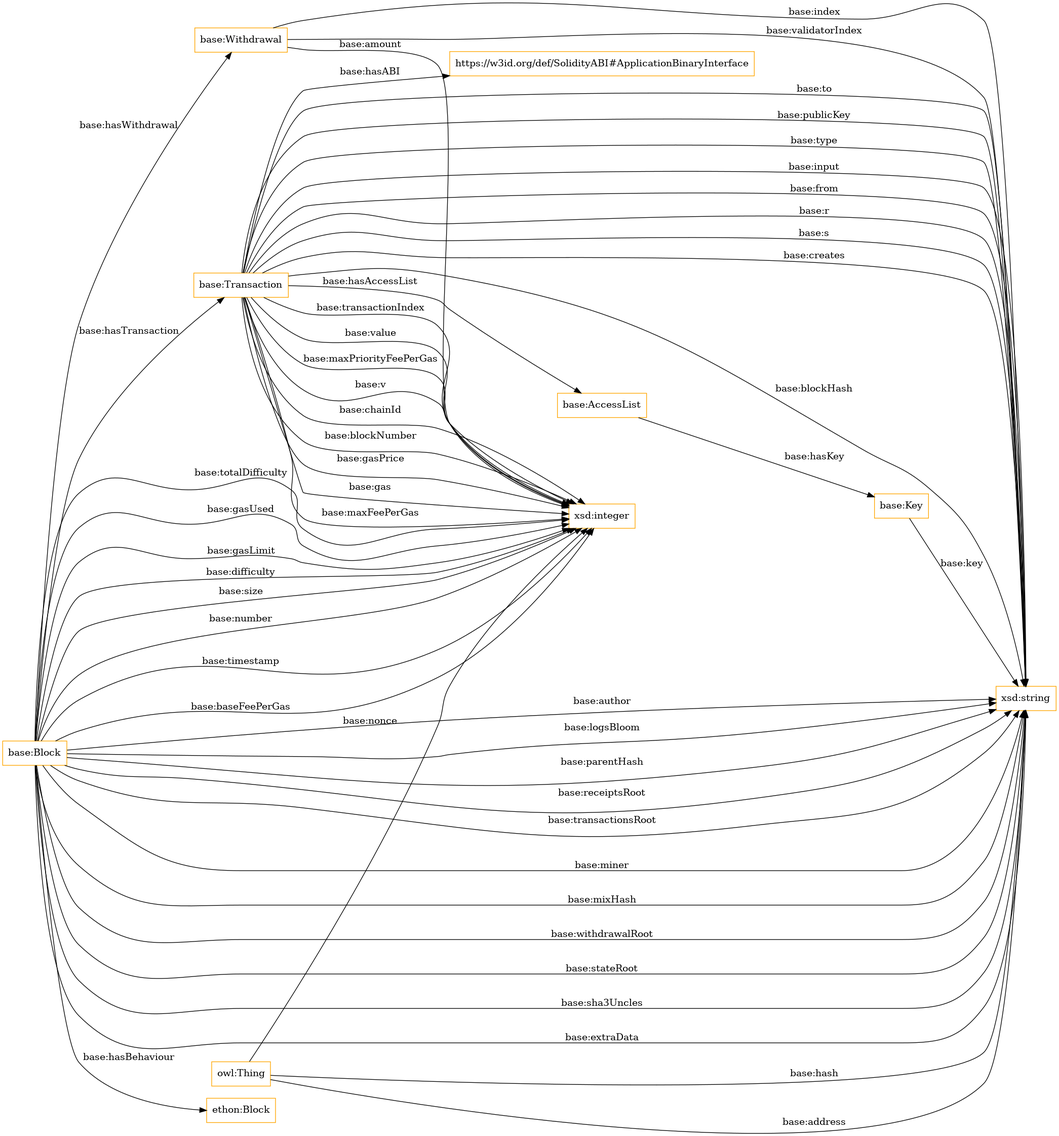
Above: OnToology/EthereumOntology.ttl/diagrams/ar2dtool-class/EthereumOntology.ttl.png in oeg-upm/Ethereum-ontology (Graphviz), before the change. Its source is kept beside it as OnToology/EthereumOntology.ttl/diagrams/ar2dtool-class/EthereumOntology.ttl.png.dot.
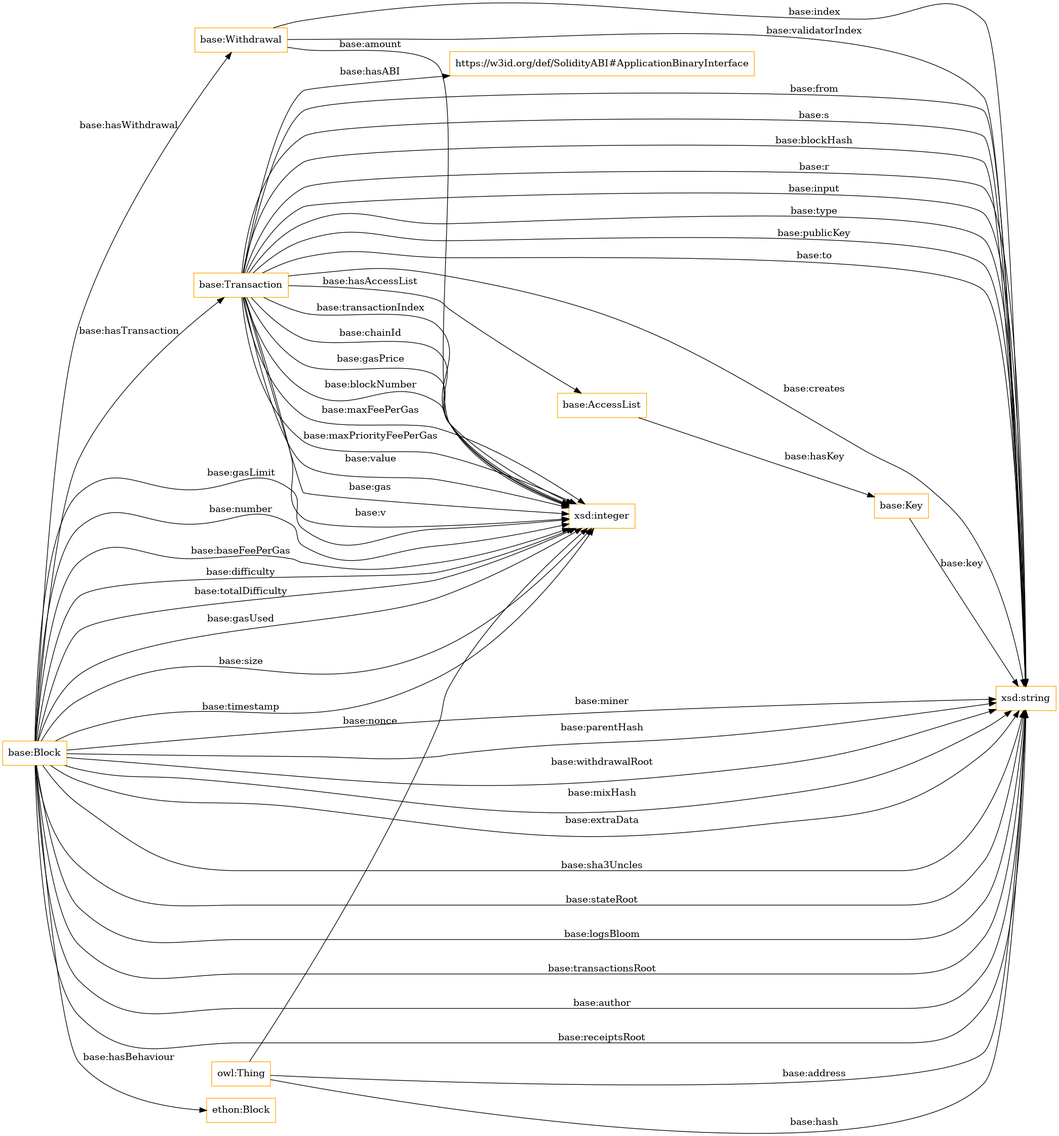
Above is the later version.

Diff of the diagram source:
```diff
@@ -2,55 +2,55 @@
 rankdir=LR;
 size="1501"
 node [shape = rectangle, color="orange"]; "https://w3id.org/def/SolidityABI#ApplicationBinaryInterface" "base:Withdrawal" "base:Transaction" "base:Key" "base:Block" "base:AccessList" "ethon:Block" ; /*classes style*/
+	"owl:Thing" -> "xsd:string" [ label = "base:hash" ];
+	"base:Key" -> "xsd:string" [ label = "base:key" ];
+	"base:Withdrawal" -> "xsd:string" [ label = "base:index" ];
+	"base:Block" -> "xsd:string" [ label = "base:miner" ];
+	"base:Block" -> "xsd:integer" [ label = "base:size" ];
+	"base:Block" -> "xsd:string" [ label = "base:parentHash" ];
+	"base:Block" -> "xsd:string" [ label = "base:withdrawalRoot" ];
 	"base:Block" -> "xsd:integer" [ label = "base:timestamp" ];
-	"base:Transaction" -> "xsd:string" [ label = "base:to" ];
-	"base:Block" -> "base:Withdrawal" [ label = "base:hasWithdrawal" ];
-	"base:Block" -> "xsd:string" [ label = "base:author" ];
-	"owl:Thing" -> "xsd:string" [ label = "base:address" ];
-	"base:Block" -> "xsd:string" [ label = "base:logsBloom" ];
-	"base:Transaction" -> "xsd:integer" [ label = "base:gasPrice" ];
-	"base:Block" -> "xsd:integer" [ label = "base:baseFeePerGas" ];
-	"base:Block" -> "ethon:Block" [ label = "base:hasBehaviour" ];
-	"base:Block" -> "xsd:string" [ label = "base:parentHash" ];
-	"base:Key" -> "xsd:string" [ label = "base:key" ];
-	"owl:Thing" -> "xsd:integer" [ label = "base:nonce" ];
-	"base:Transaction" -> "xsd:integer" [ label = "base:gas" ];
-	"base:Block" -> "xsd:integer" [ label = "base:totalDifficulty" ];
-	"base:Transaction" -> "xsd:integer" [ label = "base:maxFeePerGas" ];
-	"base:Transaction" -> "base:AccessList" [ label = "base:hasAccessList" ];
-	"base:Block" -> "xsd:string" [ label = "base:receiptsRoot" ];
-	"base:Block" -> "xsd:string" [ label = "base:transactionsRoot" ];
-	"base:Transaction" -> "https://w3id.org/def/SolidityABI#ApplicationBinaryInterface" [ label = "base:hasABI" ];
-	"base:Transaction" -> "xsd:integer" [ label = "base:transactionIndex" ];
-	"base:AccessList" -> "base:Key" [ label = "base:hasKey" ];
-	"base:Transaction" -> "xsd:string" [ label = "base:publicKey" ];
-	"base:Transaction" -> "xsd:string" [ label = "base:type" ];
-	"base:Block" -> "xsd:integer" [ label = "base:gasUsed" ];
-	"base:Block" -> "xsd:string" [ label = "base:miner" ];
 	"base:Transaction" -> "xsd:integer" [ label = "base:value" ];
-	"base:Transaction" -> "xsd:integer" [ label = "base:maxPriorityFeePerGas" ];
 	"base:Block" -> "xsd:integer" [ label = "base:gasLimit" ];
 	"base:Block" -> "xsd:string" [ label = "base:mixHash" ];
+	"base:Transaction" -> "xsd:integer" [ label = "base:gas" ];
+	"base:Transaction" -> "xsd:string" [ label = "base:from" ];
+	"base:Block" -> "xsd:integer" [ label = "base:number" ];
+	"base:Transaction" -> "xsd:string" [ label = "base:s" ];
+	"owl:Thing" -> "xsd:string" [ label = "base:address" ];
+	"base:Transaction" -> "xsd:integer" [ label = "base:v" ];
+	"base:Block" -> "xsd:string" [ label = "base:extraData" ];
+	"base:Transaction" -> "xsd:string" [ label = "base:blockHash" ];
+	"owl:Thing" -> "xsd:integer" [ label = "base:nonce" ];
+	"base:Transaction" -> "xsd:string" [ label = "base:r" ];
+	"base:Block" -> "xsd:string" [ label = "base:sha3Uncles" ];
 	"base:Withdrawal" -> "xsd:integer" [ label = "base:amount" ];
+	"base:Block" -> "xsd:string" [ label = "base:stateRoot" ];
+	"base:Block" -> "xsd:string" [ label = "base:logsBloom" ];
+	"base:Block" -> "xsd:integer" [ label = "base:baseFeePerGas" ];
 	"base:Transaction" -> "xsd:string" [ label = "base:input" ];
+	"base:Block" -> "ethon:Block" [ label = "base:hasBehaviour" ];
+	"base:Block" -> "xsd:string" [ label = "base:transactionsRoot" ];
+	"base:Transaction" -> "xsd:integer" [ label = "base:transactionIndex" ];
+	"base:Transaction" -> "xsd:integer" [ label = "base:chainId" ];
+	"base:Transaction" -> "xsd:string" [ label = "base:type" ];
 	"base:Block" -> "xsd:integer" [ label = "base:difficulty" ];
-	"base:Withdrawal" -> "xsd:string" [ label = "base:index" ];
-	"base:Block" -> "xsd:string" [ label = "base:withdrawalRoot" ];
-	"base:Transaction" -> "xsd:string" [ label = "base:from" ];
-	"base:Transaction" -> "xsd:string" [ label = "base:r" ];
-	"base:Transaction" -> "xsd:string" [ label = "base:s" ];
-	"base:Transaction" -> "xsd:integer" [ label = "base:v" ];
-	"base:Transaction" -> "xsd:integer" [ label = "base:chainId" ];
+	"base:Transaction" -> "xsd:integer" [ label = "base:gasPrice" ];
+	"base:Block" -> "xsd:string" [ label = "base:author" ];
+	"base:Transaction" -> "xsd:string" [ label = "base:publicKey" ];
+	"base:Transaction" -> "xsd:string" [ label = "base:to" ];
+	"base:Transaction" -> "xsd:integer" [ label = "base:blockNumber" ];
+	"base:Transaction" -> "https://w3id.org/def/SolidityABI#ApplicationBinaryInterface" [ label = "base:hasABI" ];
+	"base:Block" -> "xsd:string" [ label = "base:receiptsRoot" ];
+	"base:Block" -> "xsd:integer" [ label = "base:totalDifficulty" ];
 	"base:Transaction" -> "xsd:string" [ label = "base:creates" ];
-	"base:Block" -> "xsd:string" [ label = "base:stateRoot" ];
-	"base:Transaction" -> "xsd:string" [ label = "base:blockHash" ];
-	"base:Transaction" -> "xsd:integer" [ label = "base:blockNumber" ];
-	"base:Block" -> "xsd:string" [ label = "base:sha3Uncles" ];
-	"base:Block" -> "xsd:string" [ label = "base:extraData" ];
-	"base:Block" -> "xsd:integer" [ label = "base:size" ];
-	"base:Block" -> "xsd:integer" [ label = "base:number" ];
-	"owl:Thing" -> "xsd:string" [ label = "base:hash" ];
+	"base:Transaction" -> "xsd:integer" [ label = "base:maxFeePerGas" ];
+	"base:AccessList" -> "base:Key" [ label = "base:hasKey" ];
+	"base:Transaction" -> "base:AccessList" [ label = "base:hasAccessList" ];
+	"base:Block" -> "base:Withdrawal" [ label = "base:hasWithdrawal" ];
+	"base:Transaction" -> "xsd:integer" [ label = "base:maxPriorityFeePerGas" ];
 	"base:Withdrawal" -> "xsd:string" [ label = "base:validatorIndex" ];
 	"base:Block" -> "base:Transaction" [ label = "base:hasTransaction" ];
+	"base:Block" -> "xsd:integer" [ label = "base:gasUsed" ];
 
 }
```
